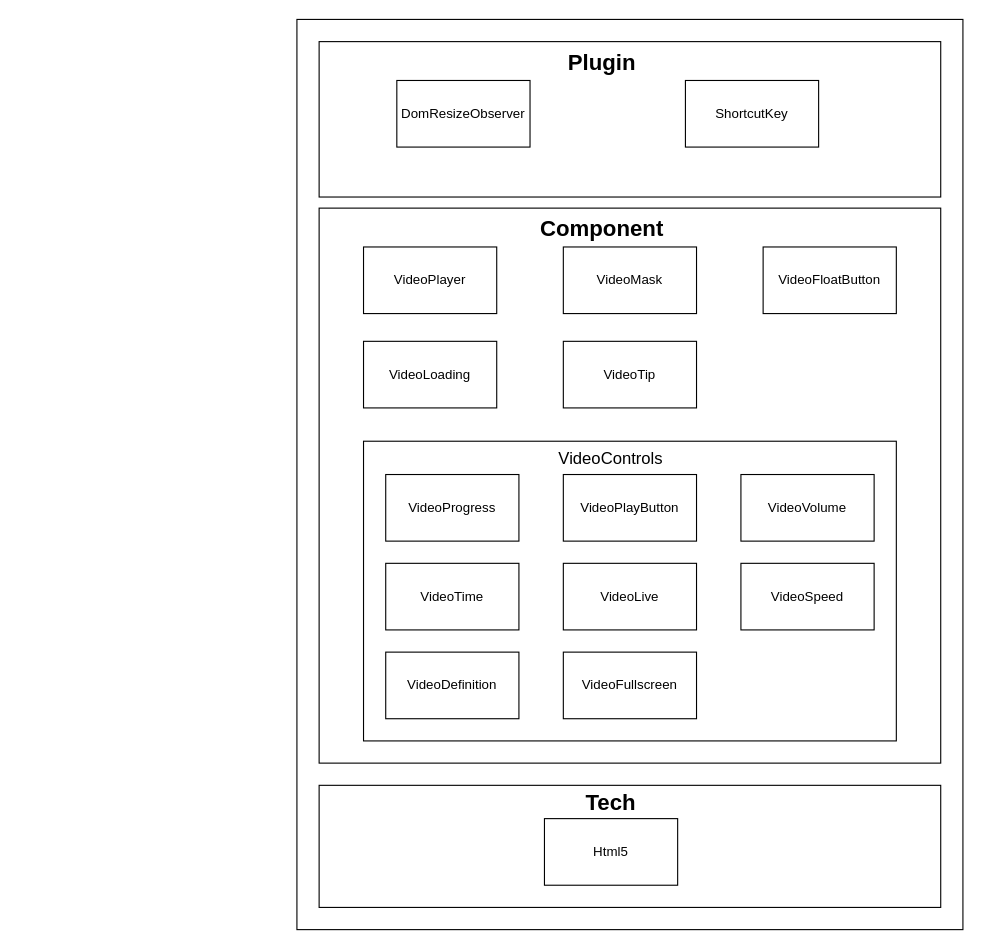
Above: docs/drawio/架构图.drawio in c10342/media-player (draw.io), before the change. Source tidied: cells renumbered, new cells numbered last; positions are measured from the earlier drawing's top-left corner, leaving out a move shared by most shapes. Both pictures are drawn from the tidied source at 111%, with x=0, y=0 at pixel (296, 19).
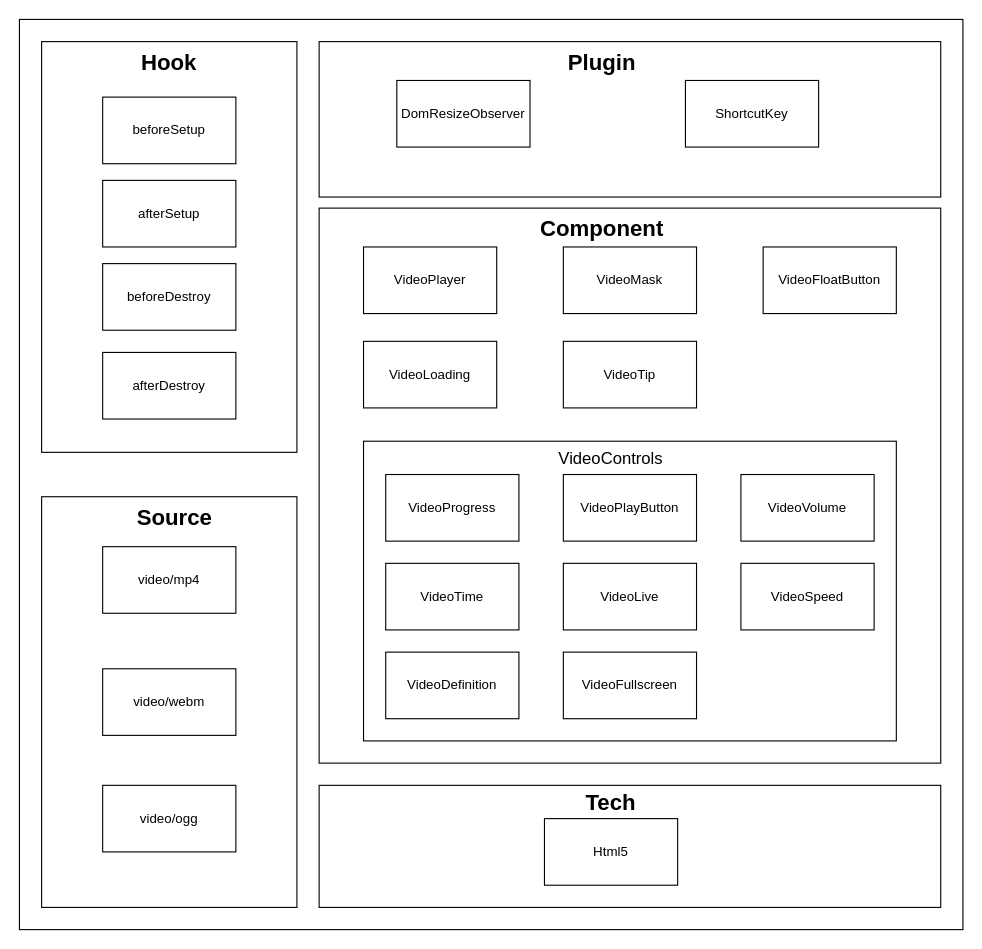
Above is the later version.

Change to the diagram source:
```diff
@@
     <mxCell id="2" style="rounded=0;whiteSpace=wrap;html=1;" parent="1" vertex="1">
-      <mxGeometry width="600" height="820" as="geometry" />
+      <mxGeometry x="-250" width="850" height="820" as="geometry" />
     </mxCell>
@@
+    <mxCell id="27" style="rounded=0;whiteSpace=wrap;html=1;" parent="1" vertex="1">
+      <mxGeometry x="-230" y="20" width="230" height="370" as="geometry" />
+    </mxCell>
+    <mxCell id="28" value="Hook" style="text;html=1;strokeColor=none;fillColor=none;align=center;verticalAlign=middle;whiteSpace=wrap;rounded=0;fontStyle=1;fontSize=20;" parent="1" vertex="1">
+      <mxGeometry x="-170" y="20" width="110" height="35" as="geometry" />
+    </mxCell>
+    <mxCell id="29" value="beforeSetup" style="rounded=0;whiteSpace=wrap;html=1;" parent="1" vertex="1">
+      <mxGeometry x="-175" y="70" width="120" height="60" as="geometry" />
+    </mxCell>
+    <mxCell id="30" value="afterSetup" style="rounded=0;whiteSpace=wrap;html=1;" parent="1" vertex="1">
+      <mxGeometry x="-175" y="145" width="120" height="60" as="geometry" />
+    </mxCell>
+    <mxCell id="31" value="beforeDestroy" style="rounded=0;whiteSpace=wrap;html=1;" parent="1" vertex="1">
+      <mxGeometry x="-175" y="220" width="120" height="60" as="geometry" />
+    </mxCell>
+    <mxCell id="32" value="afterDestroy" style="rounded=0;whiteSpace=wrap;html=1;" parent="1" vertex="1">
+      <mxGeometry x="-175" y="300" width="120" height="60" as="geometry" />
+    </mxCell>
+    <mxCell id="33" style="rounded=0;whiteSpace=wrap;html=1;" parent="1" vertex="1">
+      <mxGeometry x="-230" y="430" width="230" height="370" as="geometry" />
+    </mxCell>
+    <mxCell id="34" value="Source" style="text;html=1;strokeColor=none;fillColor=none;align=center;verticalAlign=middle;whiteSpace=wrap;rounded=0;fontStyle=1;fontSize=20;" parent="1" vertex="1">
+      <mxGeometry x="-165" y="430" width="110" height="35" as="geometry" />
+    </mxCell>
+    <mxCell id="35" value="video/mp4" style="rounded=0;whiteSpace=wrap;html=1;" parent="1" vertex="1">
+      <mxGeometry x="-175" y="475" width="120" height="60" as="geometry" />
+    </mxCell>
+    <mxCell id="36" value="video/webm" style="rounded=0;whiteSpace=wrap;html=1;" parent="1" vertex="1">
+      <mxGeometry x="-175" y="585" width="120" height="60" as="geometry" />
+    </mxCell>
+    <mxCell id="37" value="video/ogg" style="rounded=0;whiteSpace=wrap;html=1;" parent="1" vertex="1">
+      <mxGeometry x="-175" y="690" width="120" height="60" as="geometry" />
+    </mxCell>
```
